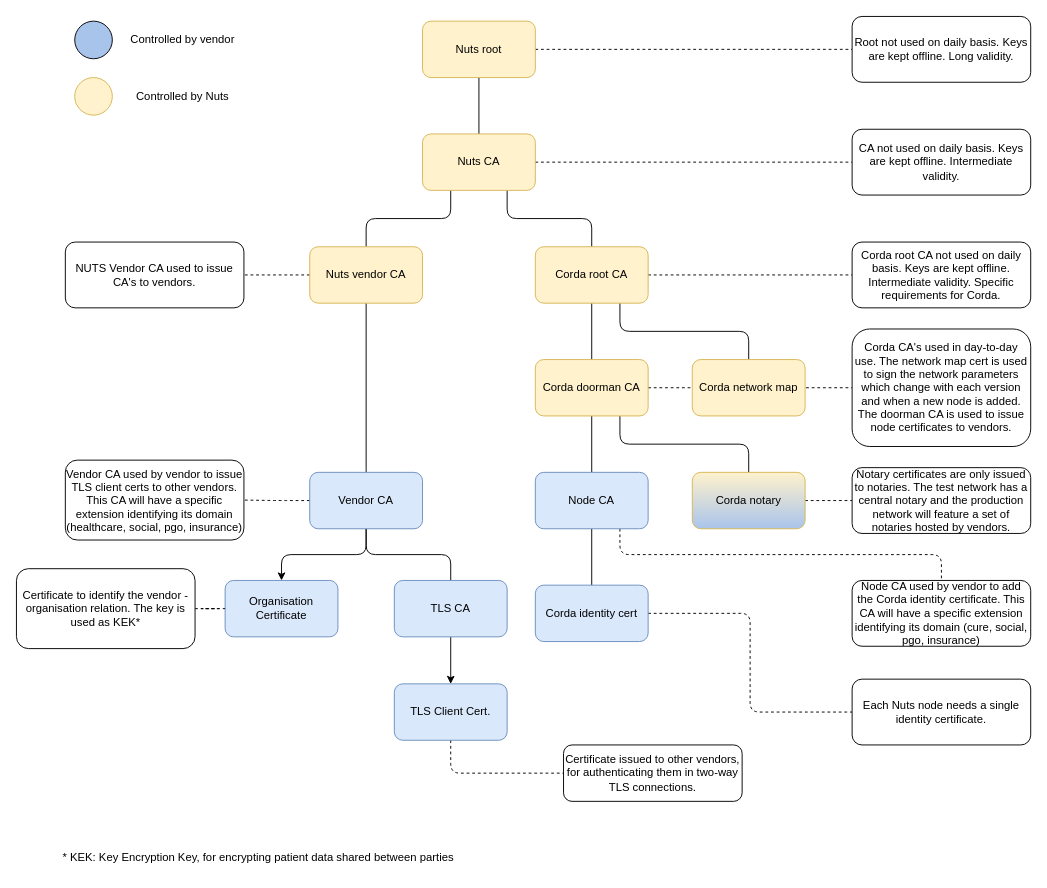
Before: diagrams/certificates.drawio in nuts-foundation/nuts-documentation, a draw.io diagram. Source tidied: cells renumbered, new cells numbered last; positions are measured from the earlier drawing's top-left corner, leaving out a move shared by most shapes. Both pictures are drawn from the tidied source at 94%, with x=0, y=0 at pixel (16, 16).
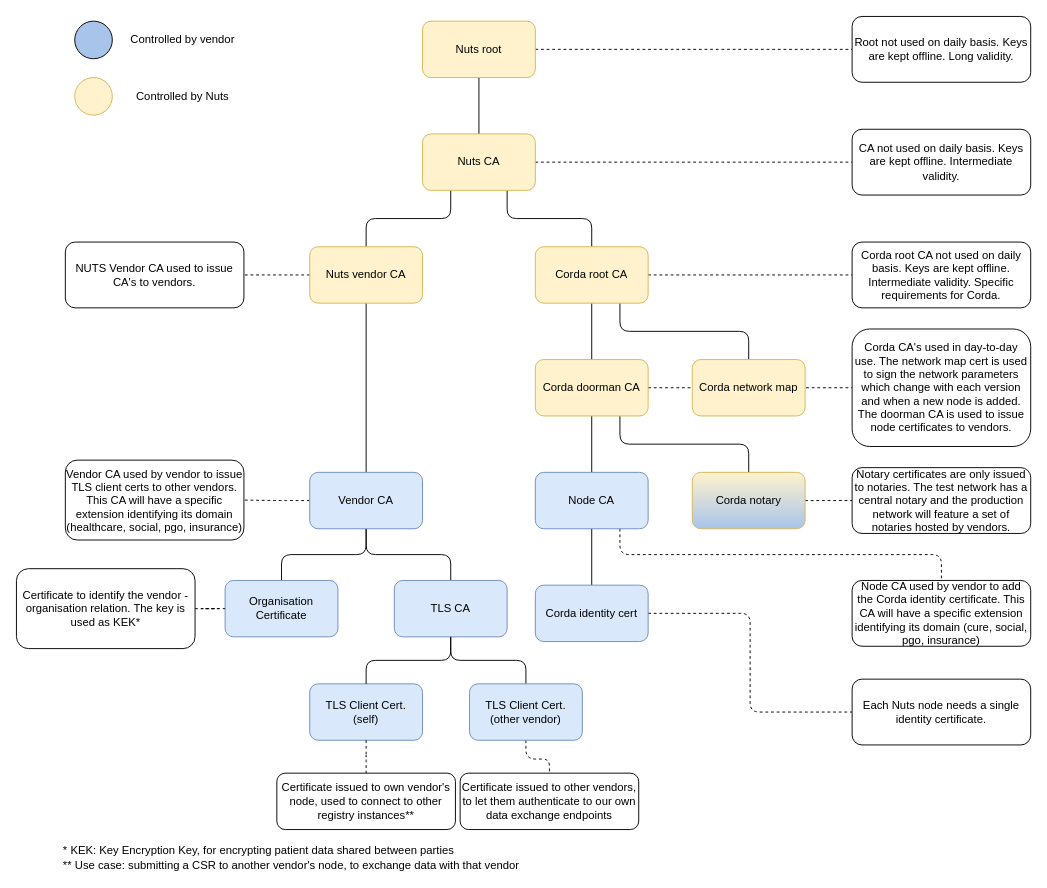
The same diagram, later.

Commit message (it also covers changes not shown here):
Described organisation certificate

The change refers to these unchanged cells:
```xml
<mxCell id="29" value="Vendor CA" style="rounded=1;whiteSpace=wrap;html=1;fillColor=#dae8fc;strokeColor=#6c8ebf;" parent="1" vertex="1">
  <mxGeometry x="312" y="485" width="120" height="60" as="geometry" />
</mxCell>
<mxCell id="30" value="Organisation Certificate" style="rounded=1;whiteSpace=wrap;html=1;fillColor=#dae8fc;strokeColor=#6c8ebf;" parent="1" vertex="1">
  <mxGeometry x="222" y="600" width="120" height="60" as="geometry" />
</mxCell>
<mxCell id="35" value="TLS CA" style="rounded=1;whiteSpace=wrap;html=1;fillColor=#dae8fc;strokeColor=#6c8ebf;" parent="1" vertex="1">
  <mxGeometry x="402" y="600" width="120" height="60" as="geometry" />
</mxCell>
```

Diff of the diagram source:
```diff
@@
-    <mxCell id="28" style="edgeStyle=orthogonalEdgeStyle;rounded=1;jettySize=auto;html=1;" parent="1" edge="1" source="29" target="30">
+    <mxCell id="28" style="edgeStyle=orthogonalEdgeStyle;rounded=1;jettySize=auto;html=1;endArrow=none;endFill=0;" parent="1" edge="1" source="29" target="30">
       <mxGeometry relative="1" as="geometry" />
     </mxCell>
@@
-    <mxCell id="33" style="edgeStyle=orthogonalEdgeStyle;rounded=1;jettySize=auto;html=1;exitX=0.5;exitY=1;exitDx=0;exitDy=0;dashed=1;endArrow=none;endFill=0;entryX=0;entryY=0.5;entryDx=0;entryDy=0;" parent="1" edge="1" source="36" target="46">
+    <mxCell id="33" style="edgeStyle=orthogonalEdgeStyle;rounded=1;jettySize=auto;html=1;exitX=0.5;exitY=1;exitDx=0;exitDy=0;dashed=1;endArrow=none;endFill=0;entryX=0.5;entryY=0;entryDx=0;entryDy=0;" parent="1" edge="1" source="36" target="46">
       <mxGeometry relative="1" as="geometry" />
     </mxCell>
-    <mxCell id="34" style="edgeStyle=orthogonalEdgeStyle;rounded=0;jettySize=auto;html=1;entryX=0.5;entryY=0;entryDx=0;entryDy=0;" parent="1" edge="1" source="35" target="36">
+    <mxCell id="34" style="edgeStyle=orthogonalEdgeStyle;rounded=1;jettySize=auto;html=1;entryX=0.5;entryY=0;entryDx=0;entryDy=0;endArrow=none;endFill=0;" parent="1" edge="1" source="35" target="36">
       <mxGeometry relative="1" as="geometry" />
     </mxCell>
@@
-    <mxCell id="36" value="TLS Client Cert." style="rounded=1;whiteSpace=wrap;html=1;fillColor=#dae8fc;strokeColor=#6c8ebf;" parent="1" vertex="1">
-      <mxGeometry x="402" y="710" width="120" height="60" as="geometry" />
+    <mxCell id="36" value="TLS Client Cert.&lt;br&gt;(other vendor)" style="rounded=1;whiteSpace=wrap;html=1;fillColor=#dae8fc;strokeColor=#6c8ebf;" parent="1" vertex="1">
+      <mxGeometry x="482" y="710" width="120" height="60" as="geometry" />
     </mxCell>
@@
-    <mxCell id="46" value="Certificate issued to other vendors, for authenticating them in two-way TLS connections." style="text;html=1;align=center;verticalAlign=middle;whiteSpace=wrap;rounded=1;strokeColor=#000000;fillColor=#ffffff;fontColor=#000000;" parent="1" vertex="1">
-      <mxGeometry x="582" y="775" width="190" height="60" as="geometry" />
+    <mxCell id="46" value="Certificate issued to other vendors, to let them authenticate to our own data exchange endpoints" style="text;html=1;align=center;verticalAlign=middle;whiteSpace=wrap;rounded=1;strokeColor=#000000;fillColor=#ffffff;fontColor=#000000;" parent="1" vertex="1">
+      <mxGeometry x="472" y="805" width="190" height="60" as="geometry" />
     </mxCell>
@@
-    <mxCell id="53" value="&lt;div style=&quot;text-align: left&quot;&gt;&lt;span&gt;* KEK: Key Encryption Key, for encrypting patient data shared between parties&lt;br&gt;&lt;/span&gt;&lt;/div&gt;" style="text;html=1;align=center;verticalAlign=middle;fillColor=none;strokeColor=none;rounded=0;" parent="1" vertex="1">
-      <mxGeometry x="42" y="885" width="430" height="20" as="geometry" />
+    <mxCell id="53" value="&lt;div style=&quot;text-align: left&quot;&gt;&lt;span&gt;* KEK: Key Encryption Key, for encrypting patient data shared between parties&lt;br&gt;&lt;/span&gt;&lt;/div&gt;&lt;div style=&quot;text-align: left&quot;&gt;&lt;span&gt;** Use case: submitting a CSR to another vendor's node, to exchange data with that vendor&lt;/span&gt;&lt;/div&gt;" style="text;html=1;align=center;verticalAlign=middle;fillColor=none;strokeColor=none;rounded=0;" parent="1" vertex="1">
+      <mxGeometry x="42" y="880" width="500" height="30" as="geometry" />
     </mxCell>
+    <mxCell id="54" value="TLS Client Cert.&lt;br&gt;(self)" style="rounded=1;whiteSpace=wrap;html=1;fillColor=#dae8fc;strokeColor=#6c8ebf;" parent="1" vertex="1">
+      <mxGeometry x="312" y="710" width="120" height="60" as="geometry" />
+    </mxCell>
+    <mxCell id="55" style="edgeStyle=orthogonalEdgeStyle;rounded=1;jettySize=auto;html=1;entryX=0.5;entryY=0;entryDx=0;entryDy=0;exitX=0.5;exitY=1;exitDx=0;exitDy=0;endArrow=none;endFill=0;" parent="1" edge="1" source="35" target="54">
+      <mxGeometry relative="1" as="geometry" />
+    </mxCell>
+    <mxCell id="56" value="Certificate issued to own vendor's node, used to connect to other registry instances**" style="text;html=1;align=center;verticalAlign=middle;whiteSpace=wrap;rounded=1;strokeColor=#000000;fillColor=#ffffff;fontColor=#000000;" parent="1" vertex="1">
+      <mxGeometry x="277" y="805" width="190" height="60" as="geometry" />
+    </mxCell>
+    <mxCell id="57" style="edgeStyle=orthogonalEdgeStyle;rounded=1;jettySize=auto;html=1;dashed=1;endArrow=none;endFill=0;exitX=0.5;exitY=1;exitDx=0;exitDy=0;" parent="1" edge="1" source="54" target="56">
+      <mxGeometry relative="1" as="geometry" />
+    </mxCell>
```
